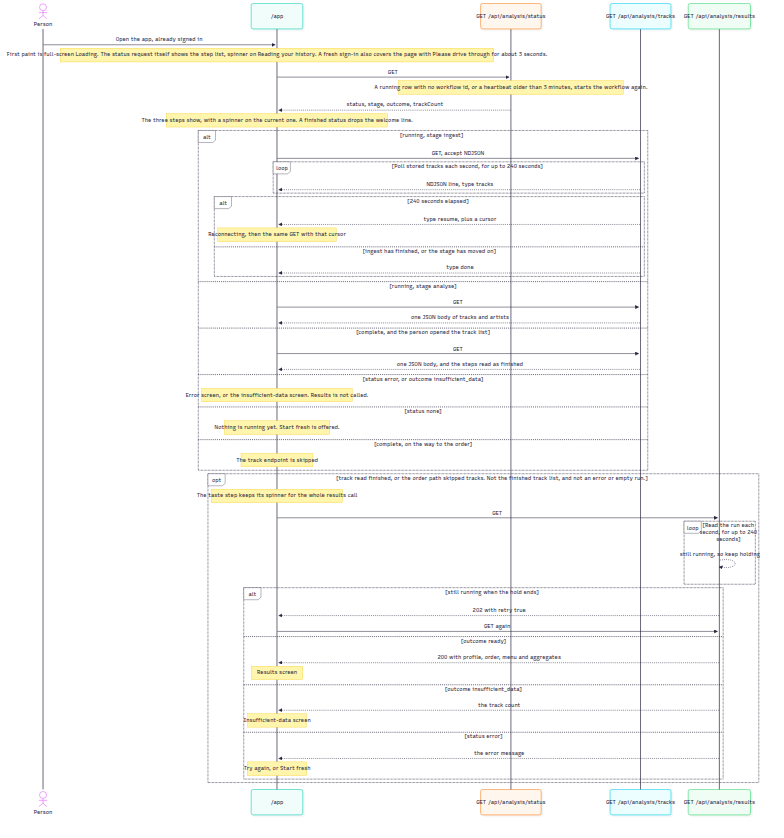
This is docs/architecture/frontend-calls.png from laurence-presland/spotdonalds, a Mermaid export, as it was before one commit. Its source is kept beside it as docs/architecture/frontend-calls.mmd. Source of this version:
```mermaid
sequenceDiagram
  actor Person
  participant Page as /app
  participant Status as GET /api/analysis/status
  participant Tracks as GET /api/analysis/tracks
  participant Results as GET /api/analysis/results

  Person->>Page: Open the app, already signed in
  Note over Page: First paint is full-screen Loading. The status request itself shows the step list, spinner on Reading your history. A fresh sign-in also covers the page with Please drive through for about 3 seconds.
  Page->>Status: GET
  Note over Status: A running row with no workflow id, or a heartbeat older than 3 minutes, starts the workflow again.
  Status-->>Page: status, stage, outcome, trackCount
  Note over Page: The three steps show, with a spinner on the current one. A finished status drops the welcome line.
  alt running, stage ingest
    Page->>Tracks: GET, accept NDJSON
    loop Poll stored tracks each second, for up to 240 seconds
      Tracks-->>Page: NDJSON line, type tracks
    end
    alt 240 seconds elapsed
      Tracks-->>Page: type resume, plus a cursor
      Note over Page: Reconnecting, then the same GET with that cursor
    else ingest has finished, or the stage has moved on
      Tracks-->>Page: type done
    end
  else running, stage analyse
    Page->>Tracks: GET
    Tracks-->>Page: one JSON body of tracks and artists
  else complete, and the person opened the track list
    Page->>Tracks: GET
    Tracks-->>Page: one JSON body, and the steps read as finished
  else status error, or outcome insufficient_data
    Note over Page: Error screen, or the insufficient-data screen. Results is not called.
  else status none
    Note over Page: Nothing is running yet. Start fresh is offered.
  else complete, on the way to the order
    Note over Page: The track endpoint is skipped
  end
  opt track read finished, or the order path skipped tracks. Not the finished track list, and not an error or empty run.
    Note over Page: The taste step keeps its spinner for the whole results call
    Page->>Results: GET
    loop Read the run each second, for up to 240 seconds
      Results-->>Results: still running, so keep holding
    end
    alt still running when the hold ends
      Results-->>Page: 202 with retry true
      Page->>Results: GET again
    else outcome ready
      Results-->>Page: 200 with profile, order, menu and aggregates
      Note over Page: Results screen
    else outcome insufficient_data
      Results-->>Page: the track count
      Note over Page: Insufficient-data screen
    else status error
      Results-->>Page: the error message
      Note over Page: Try again, or Start fresh
    end
  end
```
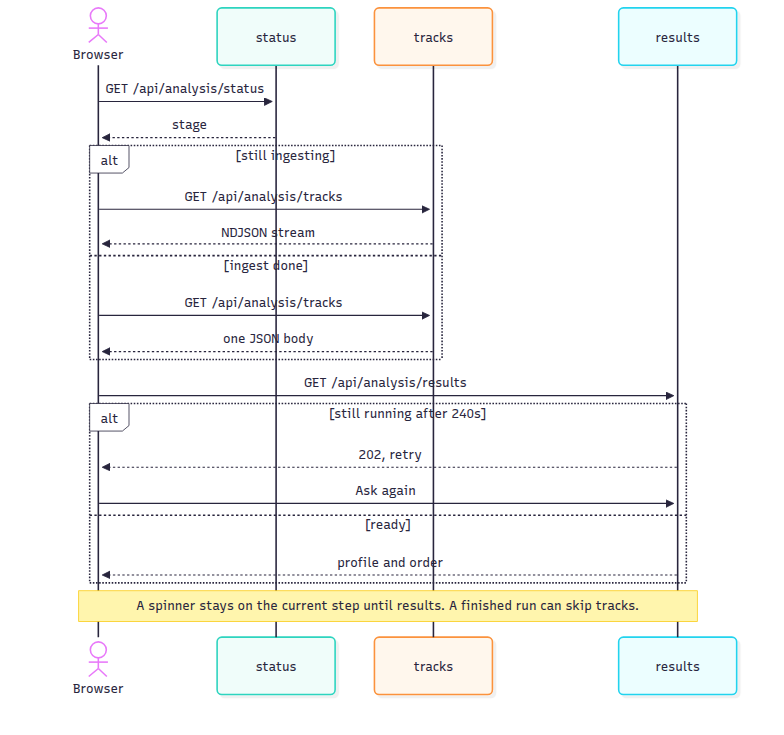
The same diagram one commit later.

Commit message:
Simplify the architecture diagrams to the main path.

Diff of the diagram source:
```diff
@@ -1,57 +1,23 @@
 sequenceDiagram
-  actor Person
-  participant Page as /app
-  participant Status as GET /api/analysis/status
-  participant Tracks as GET /api/analysis/tracks
-  participant Results as GET /api/analysis/results
+  actor Browser
+  participant Status as status
+  participant Tracks as tracks
+  participant Results as results
 
-  Person->>Page: Open the app, already signed in
-  Note over Page: First paint is full-screen Loading. The status request itself shows the step list, spinner on Reading your history. A fresh sign-in also covers the page with Please drive through for about 3 seconds.
-  Page->>Status: GET
-  Note over Status: A running row with no workflow id, or a heartbeat older than 3 minutes, starts the workflow again.
-  Status-->>Page: status, stage, outcome, trackCount
-  Note over Page: The three steps show, with a spinner on the current one. A finished status drops the welcome line.
-  alt running, stage ingest
-    Page->>Tracks: GET, accept NDJSON
-    loop Poll stored tracks each second, for up to 240 seconds
-      Tracks-->>Page: NDJSON line, type tracks
-    end
-    alt 240 seconds elapsed
-      Tracks-->>Page: type resume, plus a cursor
-      Note over Page: Reconnecting, then the same GET with that cursor
-    else ingest has finished, or the stage has moved on
-      Tracks-->>Page: type done
-    end
-  else running, stage analyse
-    Page->>Tracks: GET
-    Tracks-->>Page: one JSON body of tracks and artists
-  else complete, and the person opened the track list
-    Page->>Tracks: GET
-    Tracks-->>Page: one JSON body, and the steps read as finished
-  else status error, or outcome insufficient_data
-    Note over Page: Error screen, or the insufficient-data screen. Results is not called.
-  else status none
-    Note over Page: Nothing is running yet. Start fresh is offered.
-  else complete, on the way to the order
-    Note over Page: The track endpoint is skipped
+  Browser->>Status: GET /api/analysis/status
+  Status-->>Browser: stage
+  alt still ingesting
+    Browser->>Tracks: GET /api/analysis/tracks
+    Tracks-->>Browser: NDJSON stream
+  else ingest done
+    Browser->>Tracks: GET /api/analysis/tracks
+    Tracks-->>Browser: one JSON body
   end
-  opt track read finished, or the order path skipped tracks. Not the finished track list, and not an error or empty run.
-    Note over Page: The taste step keeps its spinner for the whole results call
-    Page->>Results: GET
-    loop Read the run each second, for up to 240 seconds
-      Results-->>Results: still running, so keep holding
-    end
-    alt still running when the hold ends
-      Results-->>Page: 202 with retry true
-      Page->>Results: GET again
-    else outcome ready
-      Results-->>Page: 200 with profile, order, menu and aggregates
-      Note over Page: Results screen
-    else outcome insufficient_data
-      Results-->>Page: the track count
-      Note over Page: Insufficient-data screen
-    else status error
-      Results-->>Page: the error message
-      Note over Page: Try again, or Start fresh
-    end
+  Browser->>Results: GET /api/analysis/results
+  alt still running after 240s
+    Results-->>Browser: 202, retry
+    Browser->>Results: Ask again
+  else ready
+    Results-->>Browser: profile and order
   end
+  Note over Browser,Results: A spinner stays on the current step until results. A finished run can skip tracks.
```
